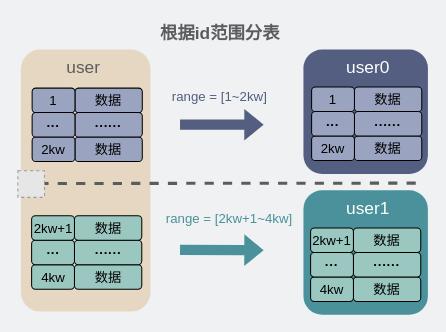
This is network/根据id取模分表.drawio from xiaobaiTech/image, a draw.io file, before an edit. Source tidied: cells renumbered, new cells numbered last; positions are measured from the earlier drawing's top-left corner, leaving out a move shared by most shapes. Both pictures are drawn from the tidied source at 102%, with x=0, y=0 at pixel (17, 17). Pictures stored in the file or linked from it are replaced by grey dashed boxes.
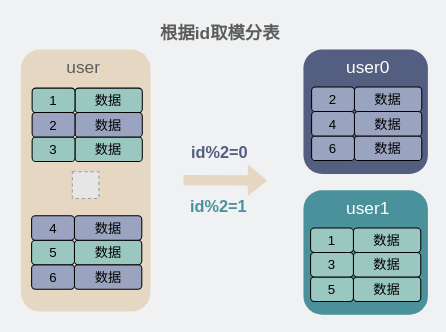
Above is the later version.

Commit message:
Update 根据id取模分表.drawio

What changed in the source:
```diff
@@
-    <mxCell id="5" value="数据" style="rounded=1;whiteSpace=wrap;html=1;fillColor=#9AA4C0;strokeColor=default;fontColor=#000000;align=center;fontSize=13;" parent="1" vertex="1">
+    <mxCell id="5" value="数据" style="rounded=1;whiteSpace=wrap;html=1;fillColor=#9AC7BF;strokeColor=default;fontColor=#000000;align=center;fontSize=13;" parent="1" vertex="1">
       <mxGeometry x="56" y="116.9" width="66" height="24" as="geometry" />
     </mxCell>
-    <mxCell id="6" value="&lt;font style=&quot;font-size: 13px;&quot;&gt;2kw&lt;/font&gt;" style="rounded=1;whiteSpace=wrap;html=1;fillColor=#9AA4C0;strokeColor=default;fontColor=#000000;fontSize=13;" parent="1" vertex="1">
+    <mxCell id="6" value="&lt;font style=&quot;font-size: 13px;&quot;&gt;3&lt;/font&gt;" style="rounded=1;whiteSpace=wrap;html=1;fillColor=#9AC7BF;strokeColor=default;fontColor=#000000;fontSize=13;" parent="1" vertex="1">
       <mxGeometry x="14" y="116.9" width="42" height="24" as="geometry" />
     </mxCell>
@@
-    <mxCell id="8" style="endArrow=none;dashed=1;html=1;rounded=0;strokeWidth=3;strokeColor=#5C5C5C;fontSize=17;" parent="1" edge="1">
-      <mxGeometry relative="1" as="geometry">
-        <mxPoint x="21.1" y="162.4" as="sourcePoint" />
-        <mxPoint x="397" y="162" as="targetPoint" />
-      </mxGeometry>
-    </mxCell>
-    <mxCell id="9" value="&lt;span style=&quot;font-size: 17px;&quot;&gt;&lt;b style=&quot;&quot;&gt;&lt;font color=&quot;#5c5c5c&quot;&gt;根据id范围分表&lt;/font&gt;&lt;/b&gt;&lt;/span&gt;" style="text;html=1;strokeColor=none;fillColor=none;align=center;verticalAlign=middle;whiteSpace=wrap;rounded=0;" parent="1" vertex="1">
+    <mxCell id="9" value="&lt;span style=&quot;font-size: 17px;&quot;&gt;&lt;b style=&quot;&quot;&gt;&lt;font color=&quot;#5c5c5c&quot;&gt;根据id取模分表&lt;/font&gt;&lt;/b&gt;&lt;/span&gt;" style="text;html=1;strokeColor=none;fillColor=none;align=center;verticalAlign=middle;whiteSpace=wrap;rounded=0;" parent="1" vertex="1">
       <mxGeometry x="136.5" width="123" height="31" as="geometry" />
     </mxCell>
     <mxCell id="10" style="fillColor=#E6E6E6;strokeColor=#999999;dashed=1;html=1;verticalAlign=top;verticalLabelPosition=bottom;labelBackgroundColor=#ffffff;fontSize=13;fontColor=#535E80;" parent="1" vertex="1">
-      <mxGeometry y="149.9" width="26.1" height="26.1" as="geometry" />
+      <mxGeometry x="53.4" y="150.9" width="26.1" height="26.1" as="geometry" />
     </mxCell>
-    <mxCell id="11" style="shape=flexArrow;endArrow=classic;html=1;rounded=0;strokeColor=none;fillColor=#4A919B;fontSize=17;" parent="1" edge="1">
-      <mxGeometry relative="1" as="geometry">
-        <mxPoint x="158.5" y="227.5" as="sourcePoint" />
-        <mxPoint x="241.5" y="227.8" as="targetPoint" />
-      </mxGeometry>
-    </mxCell>
-    <mxCell id="12" value="&lt;font color=&quot;#535e80&quot; style=&quot;font-size: 13px;&quot;&gt;range = [1~2kw]&lt;/font&gt;" style="text;html=1;strokeColor=none;fillColor=none;align=center;verticalAlign=middle;whiteSpace=wrap;rounded=0;fontSize=17;" parent="1" vertex="1">
-      <mxGeometry x="146" y="56" width="104" height="41" as="geometry" />
+    <mxCell id="12" value="&lt;font style=&quot;font-size: 16px;&quot; color=&quot;#535e80&quot;&gt;&lt;b&gt;id%2=0&lt;/b&gt;&lt;/font&gt;" style="text;html=1;strokeColor=none;fillColor=none;align=center;verticalAlign=middle;whiteSpace=wrap;rounded=0;fontSize=17;" parent="1" vertex="1">
+      <mxGeometry x="146" y="112" width="104" height="41" as="geometry" />
     </mxCell>
-    <mxCell id="13" value="&lt;font color=&quot;#4a919b&quot; style=&quot;font-size: 13px;&quot;&gt;range = [2kw+1~4kw]&lt;/font&gt;" style="text;html=1;strokeColor=none;fillColor=none;align=center;verticalAlign=middle;whiteSpace=wrap;rounded=0;fontSize=17;" parent="1" vertex="1">
-      <mxGeometry x="142" y="179.5" width="131" height="35.5" as="geometry" />
-    </mxCell>
-    <mxCell id="14" style="shape=flexArrow;endArrow=classic;html=1;rounded=0;strokeColor=none;fillColor=#535E80;fontSize=17;" parent="1" edge="1">
+    <mxCell id="14" style="shape=flexArrow;endArrow=classic;html=1;rounded=0;strokeColor=none;fillColor=#E6D7C2;fontSize=17;" parent="1" edge="1">
       <mxGeometry relative="1" as="geometry">
-        <mxPoint x="158.5" y="104.6" as="sourcePoint" />
-        <mxPoint x="241.5" y="104.8" as="targetPoint" />
+        <mxPoint x="162" y="159.1" as="sourcePoint" />
+        <mxPoint x="245" y="159.4" as="targetPoint" />
       </mxGeometry>
     </mxCell>
-    <mxCell id="15" value="······" style="rounded=1;whiteSpace=wrap;html=1;fillColor=#9AA4C0;strokeColor=default;fontColor=#000000;align=center;fontSize=13;fontStyle=1;" parent="1" vertex="1">
+    <mxCell id="15" value="数据" style="rounded=1;whiteSpace=wrap;html=1;fillColor=#9AA4C0;strokeColor=default;fontColor=#000000;align=center;fontSize=13;fontStyle=0;" parent="1" vertex="1">
       <mxGeometry x="56" y="92.9" width="66" height="24" as="geometry" />
     </mxCell>
-    <mxCell id="16" value="&lt;font style=&quot;font-size: 13px;&quot;&gt;···&lt;/font&gt;" style="rounded=1;whiteSpace=wrap;html=1;fillColor=#9AA4C0;strokeColor=default;fontColor=#000000;fontSize=13;fontStyle=1;" parent="1" vertex="1">
+    <mxCell id="16" value="&lt;font style=&quot;font-size: 13px;&quot;&gt;2&lt;/font&gt;" style="rounded=1;whiteSpace=wrap;html=1;fillColor=#9AA4C0;strokeColor=default;fontColor=#000000;fontSize=13;fontStyle=0;" parent="1" vertex="1">
       <mxGeometry x="14" y="92.9" width="42" height="24" as="geometry" />
     </mxCell>
-    <mxCell id="17" value="数据" style="rounded=1;whiteSpace=wrap;html=1;fillColor=#9AA4C0;strokeColor=default;fontColor=#000000;align=center;fontSize=13;" parent="1" vertex="1">
+    <mxCell id="17" value="数据" style="rounded=1;whiteSpace=wrap;html=1;fillColor=#9AC7BF;strokeColor=default;fontColor=#000000;align=center;fontSize=13;" parent="1" vertex="1">
       <mxGeometry x="56" y="68.9" width="66" height="24" as="geometry" />
     </mxCell>
-    <mxCell id="18" value="&lt;font style=&quot;font-size: 13px;&quot;&gt;1&lt;/font&gt;" style="rounded=1;whiteSpace=wrap;html=1;fillColor=#9AA4C0;strokeColor=default;fontColor=#000000;fontSize=13;" parent="1" vertex="1">
+    <mxCell id="18" value="&lt;font style=&quot;font-size: 13px;&quot;&gt;1&lt;/font&gt;" style="rounded=1;whiteSpace=wrap;html=1;fillColor=#9AC7BF;strokeColor=default;fontColor=#000000;fontSize=13;" parent="1" vertex="1">
       <mxGeometry x="14" y="68.9" width="42" height="24" as="geometry" />
     </mxCell>
-    <mxCell id="19" value="数据" style="rounded=1;whiteSpace=wrap;html=1;fillColor=#9AC7BF;strokeColor=default;fontColor=#000000;align=center;fontSize=13;" parent="1" vertex="1">
+    <mxCell id="19" value="数据" style="rounded=1;whiteSpace=wrap;html=1;fillColor=#9AA4C0;strokeColor=default;fontColor=#000000;align=center;fontSize=13;" parent="1" vertex="1">
       <mxGeometry x="55.5" y="242" width="66" height="24" as="geometry" />
     </mxCell>
-    <mxCell id="20" value="&lt;font style=&quot;font-size: 13px;&quot;&gt;4kw&lt;/font&gt;" style="rounded=1;whiteSpace=wrap;html=1;fillColor=#9AC7BF;strokeColor=default;fontColor=#000000;fontSize=13;" parent="1" vertex="1">
+    <mxCell id="20" value="&lt;font style=&quot;font-size: 13px;&quot;&gt;6&lt;/font&gt;" style="rounded=1;whiteSpace=wrap;html=1;fillColor=#9AA4C0;strokeColor=default;fontColor=#000000;fontSize=13;" parent="1" vertex="1">
       <mxGeometry x="13.5" y="242" width="42" height="24" as="geometry" />
     </mxCell>
-    <mxCell id="21" value="······" style="rounded=1;whiteSpace=wrap;html=1;fillColor=#9AC7BF;strokeColor=default;fontColor=#000000;align=center;fontSize=13;fontStyle=1;" parent="1" vertex="1">
+    <mxCell id="21" value="数据" style="rounded=1;whiteSpace=wrap;html=1;fillColor=#9AC7BF;strokeColor=default;fontColor=#000000;align=center;fontSize=13;fontStyle=0;" parent="1" vertex="1">
       <mxGeometry x="55.5" y="218" width="66" height="24" as="geometry" />
     </mxCell>
-    <mxCell id="22" value="&lt;font style=&quot;font-size: 13px;&quot;&gt;···&lt;/font&gt;" style="rounded=1;whiteSpace=wrap;html=1;fillColor=#9AC7BF;strokeColor=default;fontColor=#000000;fontSize=13;fontStyle=1;" parent="1" vertex="1">
+    <mxCell id="22" value="&lt;font style=&quot;font-size: 13px;&quot;&gt;5&lt;/font&gt;" style="rounded=1;whiteSpace=wrap;html=1;fillColor=#9AC7BF;strokeColor=default;fontColor=#000000;fontSize=13;fontStyle=0;" parent="1" vertex="1">
       <mxGeometry x="13.5" y="218" width="42" height="24" as="geometry" />
     </mxCell>
-    <mxCell id="23" value="数据" style="rounded=1;whiteSpace=wrap;html=1;fillColor=#9AC7BF;strokeColor=default;fontColor=#000000;align=center;fontSize=13;" parent="1" vertex="1">
+    <mxCell id="23" value="数据" style="rounded=1;whiteSpace=wrap;html=1;fillColor=#9AA4C0;strokeColor=default;fontColor=#000000;align=center;fontSize=13;" parent="1" vertex="1">
       <mxGeometry x="55.5" y="194" width="66" height="24" as="geometry" />
     </mxCell>
-    <mxCell id="24" value="2kw+1" style="rounded=1;whiteSpace=wrap;html=1;fillColor=#9AC7BF;strokeColor=default;fontColor=#000000;fontSize=13;" parent="1" vertex="1">
+    <mxCell id="24" value="4" style="rounded=1;whiteSpace=wrap;html=1;fillColor=#9AA4C0;strokeColor=default;fontColor=#000000;fontSize=13;" parent="1" vertex="1">
       <mxGeometry x="13.5" y="194" width="42" height="24" as="geometry" />
     </mxCell>
@@
-    <mxCell id="26" value="&lt;font style=&quot;font-size: 13px;&quot;&gt;2kw&lt;/font&gt;" style="rounded=1;whiteSpace=wrap;html=1;fillColor=#9AA4C0;strokeColor=default;fontColor=#000000;fontSize=13;" parent="1" vertex="1">
+    <mxCell id="26" value="&lt;font style=&quot;font-size: 13px;&quot;&gt;6&lt;/font&gt;" style="rounded=1;whiteSpace=wrap;html=1;fillColor=#9AA4C0;strokeColor=default;fontColor=#000000;fontSize=13;" parent="1" vertex="1">
       <mxGeometry x="288" y="115.9" width="42" height="24" as="geometry" />
     </mxCell>
-    <mxCell id="27" value="······" style="rounded=1;whiteSpace=wrap;html=1;fillColor=#9AA4C0;strokeColor=default;fontColor=#000000;align=center;fontSize=13;fontStyle=1;" parent="1" vertex="1">
+    <mxCell id="27" value="&lt;span style=&quot;font-weight: 400;&quot;&gt;数据&lt;/span&gt;" style="rounded=1;whiteSpace=wrap;html=1;fillColor=#9AA4C0;strokeColor=default;fontColor=#000000;align=center;fontSize=13;fontStyle=1;" parent="1" vertex="1">
       <mxGeometry x="330" y="91.9" width="66" height="24" as="geometry" />
     </mxCell>
-    <mxCell id="28" value="&lt;font style=&quot;font-size: 13px;&quot;&gt;···&lt;/font&gt;" style="rounded=1;whiteSpace=wrap;html=1;fillColor=#9AA4C0;strokeColor=default;fontColor=#000000;fontSize=13;fontStyle=1;" parent="1" vertex="1">
+    <mxCell id="28" value="&lt;font style=&quot;font-size: 13px;&quot;&gt;4&lt;/font&gt;" style="rounded=1;whiteSpace=wrap;html=1;fillColor=#9AA4C0;strokeColor=default;fontColor=#000000;fontSize=13;fontStyle=0;" parent="1" vertex="1">
       <mxGeometry x="288" y="91.9" width="42" height="24" as="geometry" />
     </mxCell>
@@
-    <mxCell id="30" value="&lt;font style=&quot;font-size: 13px;&quot;&gt;1&lt;/font&gt;" style="rounded=1;whiteSpace=wrap;html=1;fillColor=#9AA4C0;strokeColor=default;fontColor=#000000;fontSize=13;" parent="1" vertex="1">
+    <mxCell id="30" value="&lt;font style=&quot;font-size: 13px;&quot;&gt;2&lt;/font&gt;" style="rounded=1;whiteSpace=wrap;html=1;fillColor=#9AA4C0;strokeColor=default;fontColor=#000000;fontSize=13;" parent="1" vertex="1">
       <mxGeometry x="288" y="67.9" width="42" height="24" as="geometry" />
     </mxCell>
@@
-    <mxCell id="34" value="&lt;font style=&quot;font-size: 13px;&quot;&gt;4kw&lt;/font&gt;" style="rounded=1;whiteSpace=wrap;html=1;fillColor=#9AC7BF;strokeColor=default;fontColor=#000000;fontSize=13;" parent="1" vertex="1">
+    <mxCell id="34" value="5" style="rounded=1;whiteSpace=wrap;html=1;fillColor=#9AC7BF;strokeColor=default;fontColor=#000000;fontSize=13;" parent="1" vertex="1">
       <mxGeometry x="287" y="254" width="42" height="24" as="geometry" />
     </mxCell>
-    <mxCell id="35" value="······" style="rounded=1;whiteSpace=wrap;html=1;fillColor=#9AC7BF;strokeColor=default;fontColor=#000000;align=center;fontSize=13;fontStyle=1;" parent="1" vertex="1">
+    <mxCell id="35" value="&lt;span style=&quot;font-weight: 400;&quot;&gt;数据&lt;/span&gt;" style="rounded=1;whiteSpace=wrap;html=1;fillColor=#9AC7BF;strokeColor=default;fontColor=#000000;align=center;fontSize=13;fontStyle=1;" parent="1" vertex="1">
       <mxGeometry x="329" y="230" width="66" height="24" as="geometry" />
     </mxCell>
-    <mxCell id="36" value="&lt;font style=&quot;font-size: 13px;&quot;&gt;···&lt;/font&gt;" style="rounded=1;whiteSpace=wrap;html=1;fillColor=#9AC7BF;strokeColor=default;fontColor=#000000;fontSize=13;fontStyle=1;" parent="1" vertex="1">
+    <mxCell id="36" value="&lt;font style=&quot;font-size: 13px;&quot;&gt;3&lt;/font&gt;" style="rounded=1;whiteSpace=wrap;html=1;fillColor=#9AC7BF;strokeColor=default;fontColor=#000000;fontSize=13;fontStyle=0;" parent="1" vertex="1">
       <mxGeometry x="287" y="230" width="42" height="24" as="geometry" />
     </mxCell>
@@
-    <mxCell id="38" value="2kw+1" style="rounded=1;whiteSpace=wrap;html=1;fillColor=#9AC7BF;strokeColor=default;fontColor=#000000;fontSize=13;" parent="1" vertex="1">
+    <mxCell id="38" value="1" style="rounded=1;whiteSpace=wrap;html=1;fillColor=#9AC7BF;strokeColor=default;fontColor=#000000;fontSize=13;" parent="1" vertex="1">
       <mxGeometry x="287" y="206" width="42" height="24" as="geometry" />
     </mxCell>
+    <mxCell id="39" value="&lt;font style=&quot;font-size: 16px;&quot; color=&quot;#4a919b&quot;&gt;&lt;b&gt;id%2=1&lt;/b&gt;&lt;/font&gt;" style="text;html=1;strokeColor=none;fillColor=none;align=center;verticalAlign=middle;whiteSpace=wrap;rounded=0;fontSize=17;" parent="1" vertex="1">
+      <mxGeometry x="145" y="165" width="104" height="41" as="geometry" />
+    </mxCell>
```
